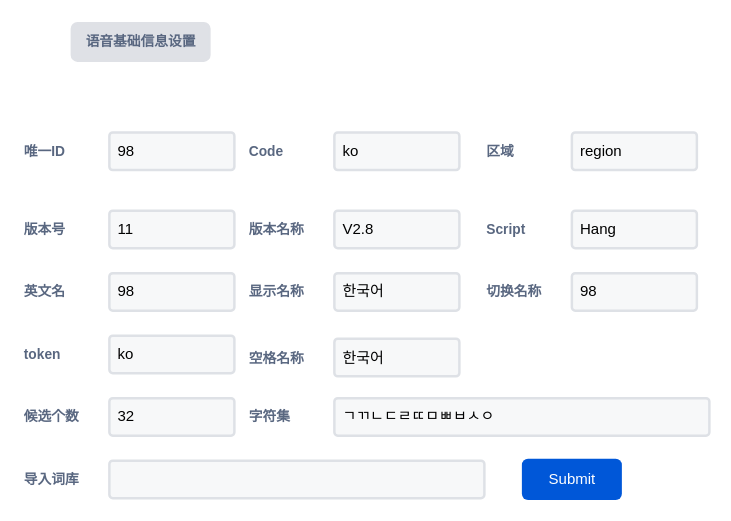
Before: drawio/语言基本信息.drawio in chonglv/charts, a draw.io diagram. Source tidied: cells renumbered, new cells numbered last; positions are measured from the earlier drawing's top-left corner, leaving out a move shared by most shapes. Both pictures are drawn from the tidied source at 125%, with x=0, y=0 at pixel (21, 22).
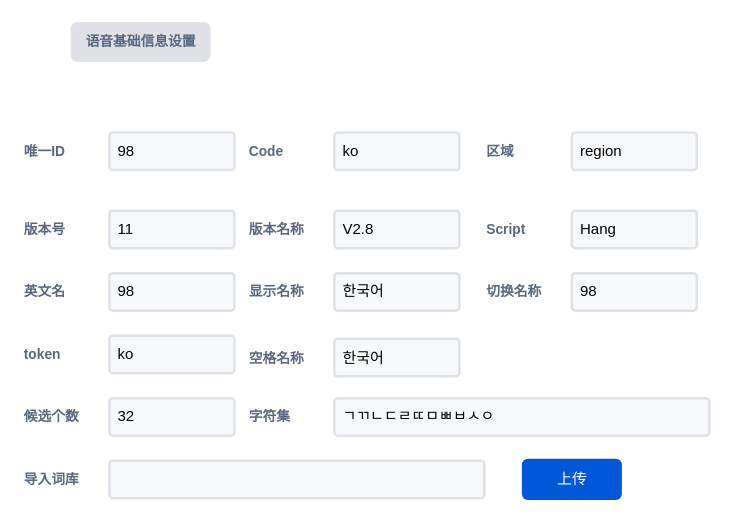
The same page after the edit.

Commit message:
更新语言基本信息.drawio

Diff of the diagram source:
```diff
@@
-    <mxCell id="30" value="Submit" style="rounded=1;fillColor=#0057D8;align=center;strokeColor=none;html=1;fontColor=#ffffff;fontSize=12;" parent="1" vertex="1">
+    <mxCell id="30" value="上传" style="rounded=1;fillColor=#0057D8;align=center;strokeColor=none;html=1;fontColor=#ffffff;fontSize=12;" parent="1" vertex="1">
       <mxGeometry x="400" y="348.5" width="80" height="33" as="geometry" />
     </mxCell>
```
